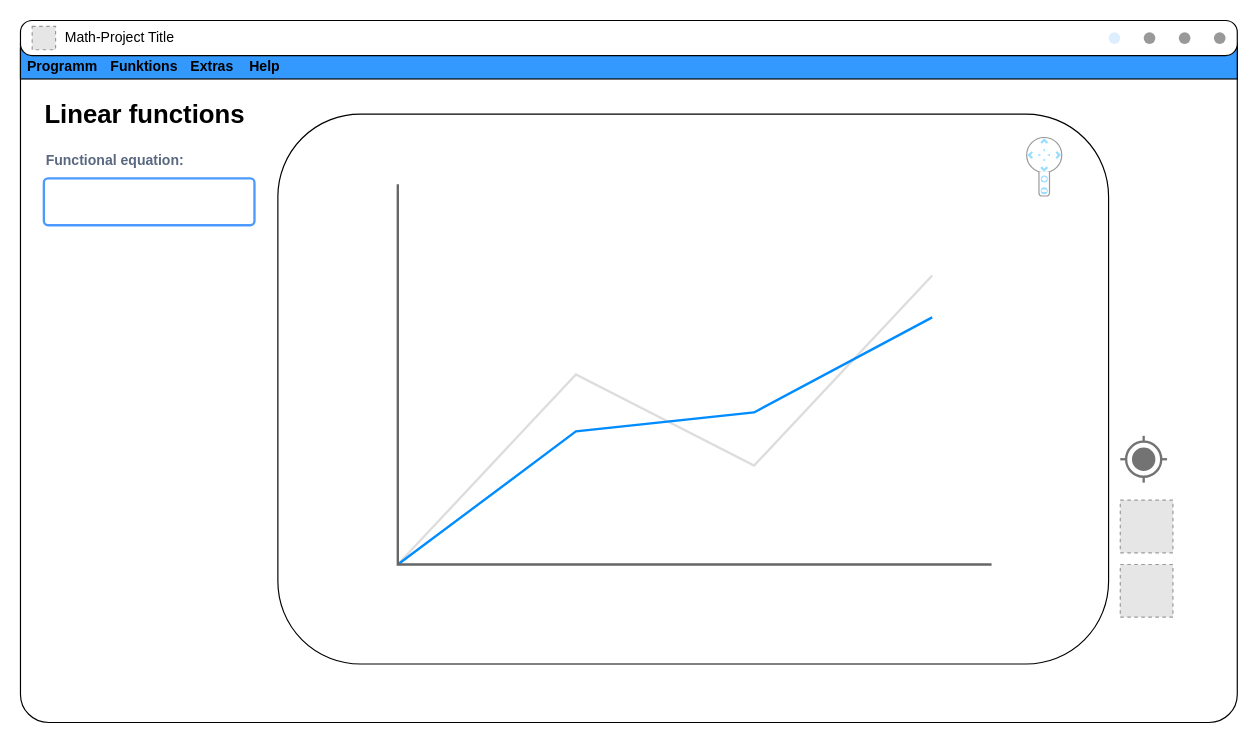
The draw.io diagram page "Page-3" (4 of 8) of doc/draft/Math-Project_Mockup.drawio in Erase01/Math-Project, before the edit. Source tidied: cells renumbered, new cells numbered last; positions are measured from the earlier drawing's top-left corner, leaving out a move shared by most shapes. Both pictures are drawn from the tidied source at 117%, with x=0, y=0 at pixel (20, 20). Pictures stored in the file or linked from it are replaced by grey dashed boxes.
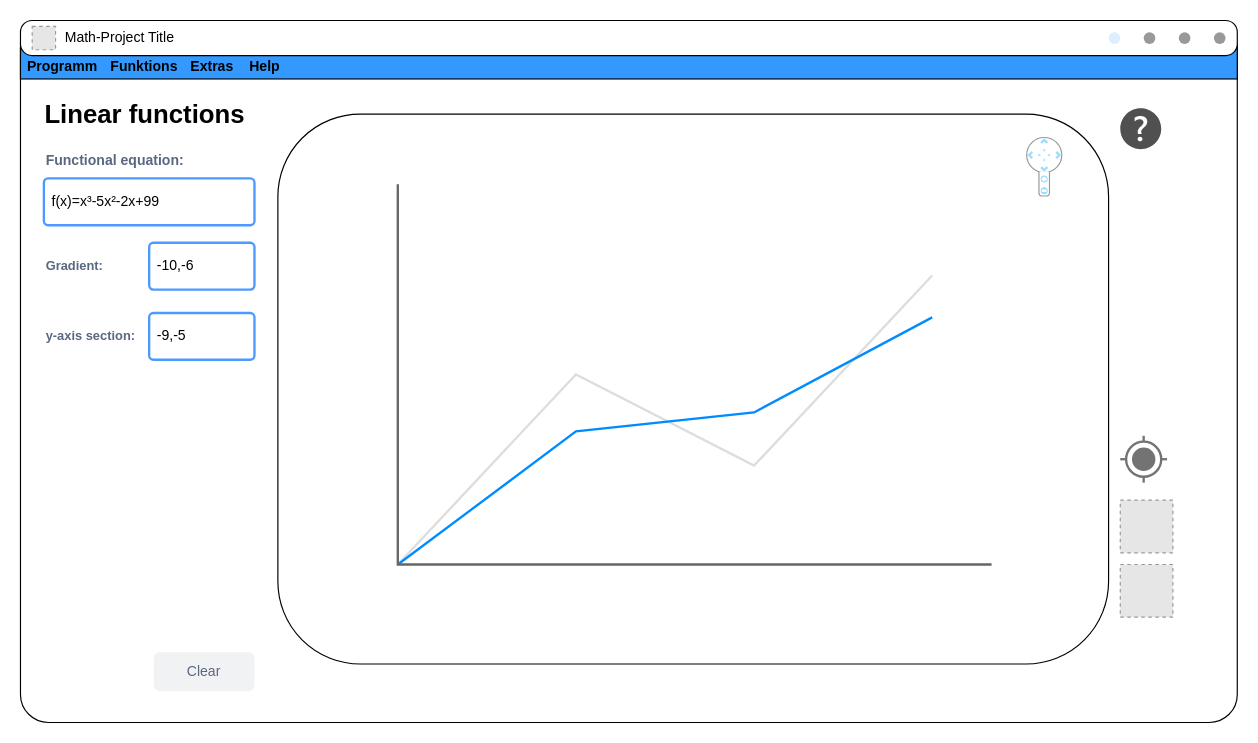
The same diagram, later.

The edit, as a diff of the source:
```diff
@@
-    <mxCell id="20" style="rounded=1;arcSize=9;align=left;spacingLeft=5;strokeColor=#4C9AFF;html=1;strokeWidth=2;fontSize=12;" parent="1" vertex="1">
+    <mxCell id="20" value="f(x)=x³-5x²-2x+99" style="rounded=1;arcSize=9;align=left;spacingLeft=5;strokeColor=#4C9AFF;html=1;strokeWidth=2;fontSize=12;" parent="1" vertex="1">
       <mxGeometry x="20" y="135" width="180" height="40" as="geometry" />
     </mxCell>
+    <mxCell id="21" value="-10,-6" style="rounded=1;arcSize=9;align=left;spacingLeft=5;strokeColor=#4C9AFF;html=1;strokeWidth=2;fontSize=12;" parent="1" vertex="1">
+      <mxGeometry x="110" y="190" width="90" height="40" as="geometry" />
+    </mxCell>
+    <mxCell id="22" value="-9,-5" style="rounded=1;arcSize=9;align=left;spacingLeft=5;strokeColor=#4C9AFF;html=1;strokeWidth=2;fontSize=12;" parent="1" vertex="1">
+      <mxGeometry x="110" y="250" width="90" height="40" as="geometry" />
+    </mxCell>
+    <mxCell id="23" value="Gradient:" style="fillColor=none;strokeColor=none;html=1;fontSize=11;fontStyle=0;align=left;fontColor=#596780;fontStyle=1;fontSize=11;" parent="1" vertex="1">
+      <mxGeometry x="20" y="200" width="60" height="20" as="geometry" />
+    </mxCell>
+    <mxCell id="24" value="y-axis section:" style="fillColor=none;strokeColor=none;html=1;fontSize=11;fontStyle=0;align=left;fontColor=#596780;fontStyle=1;fontSize=11;" parent="1" vertex="1">
+      <mxGeometry x="20" y="260" width="60" height="20" as="geometry" />
+    </mxCell>
+    <mxCell id="25" value="&lt;div&gt;Clear&lt;/div&gt;" style="rounded=1;fillColor=#F1F2F4;strokeColor=none;html=1;whiteSpace=wrap;fontColor=#596780;align=center;verticalAlign=middle;fontStyle=0;fontSize=12;sketch=0;" parent="1" vertex="1">
+      <mxGeometry x="114" y="540" width="86" height="33" as="geometry" />
+    </mxCell>
+    <mxCell id="26" value="&lt;p style=&quot;line-height: 120%;&quot;&gt;&lt;br&gt;&lt;/p&gt;" style="sketch=0;shadow=0;dashed=0;html=1;strokeColor=none;fillColor=#505050;labelPosition=center;verticalLabelPosition=bottom;verticalAlign=top;align=center;shape=mxgraph.office.concepts.help;" parent="1" vertex="1">
+      <mxGeometry x="940" y="75" width="35" height="35" as="geometry" />
+    </mxCell>
```
